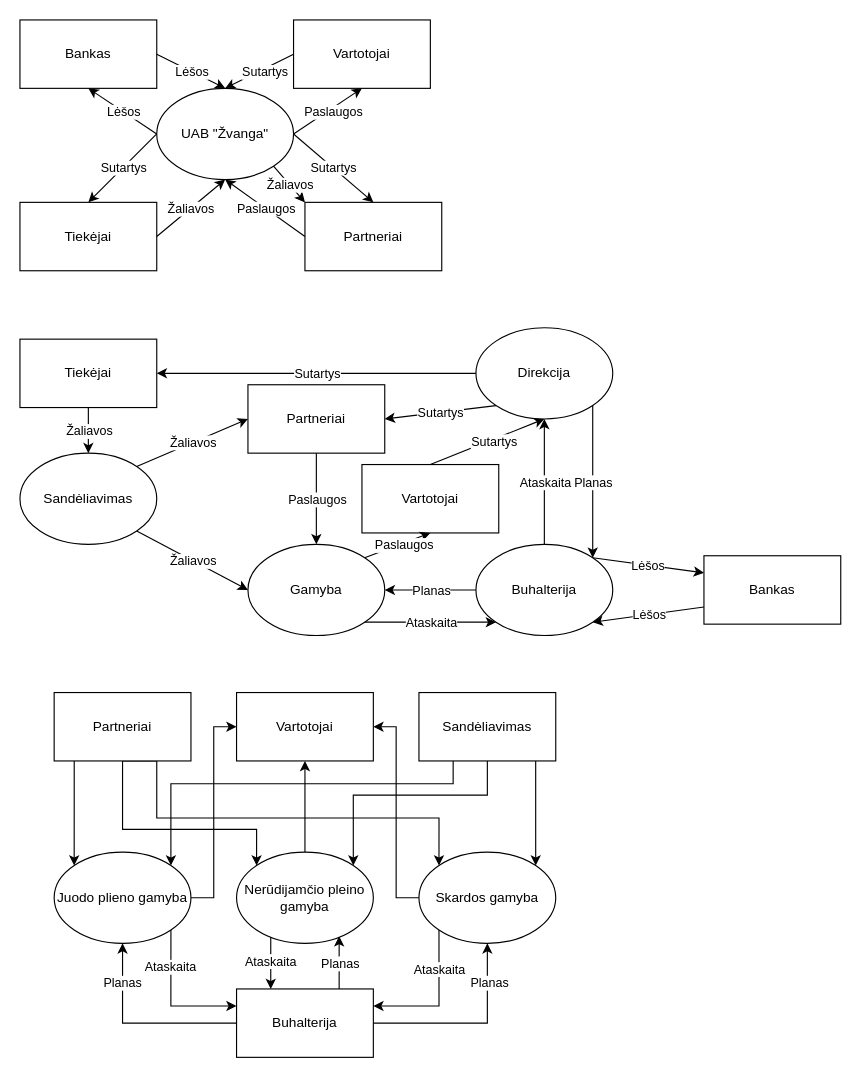
This is page "1" (1 of 4) of Untitled Diagram.drawio from Toska010/Informacijos_Sistemos, a draw.io file, before an edit. Source tidied: cells renumbered, new cells numbered last; positions are measured from the earlier drawing's top-left corner, leaving out a move shared by most shapes. Both pictures are drawn from the tidied source at 114%, with x=0, y=0 at pixel (19, 19).
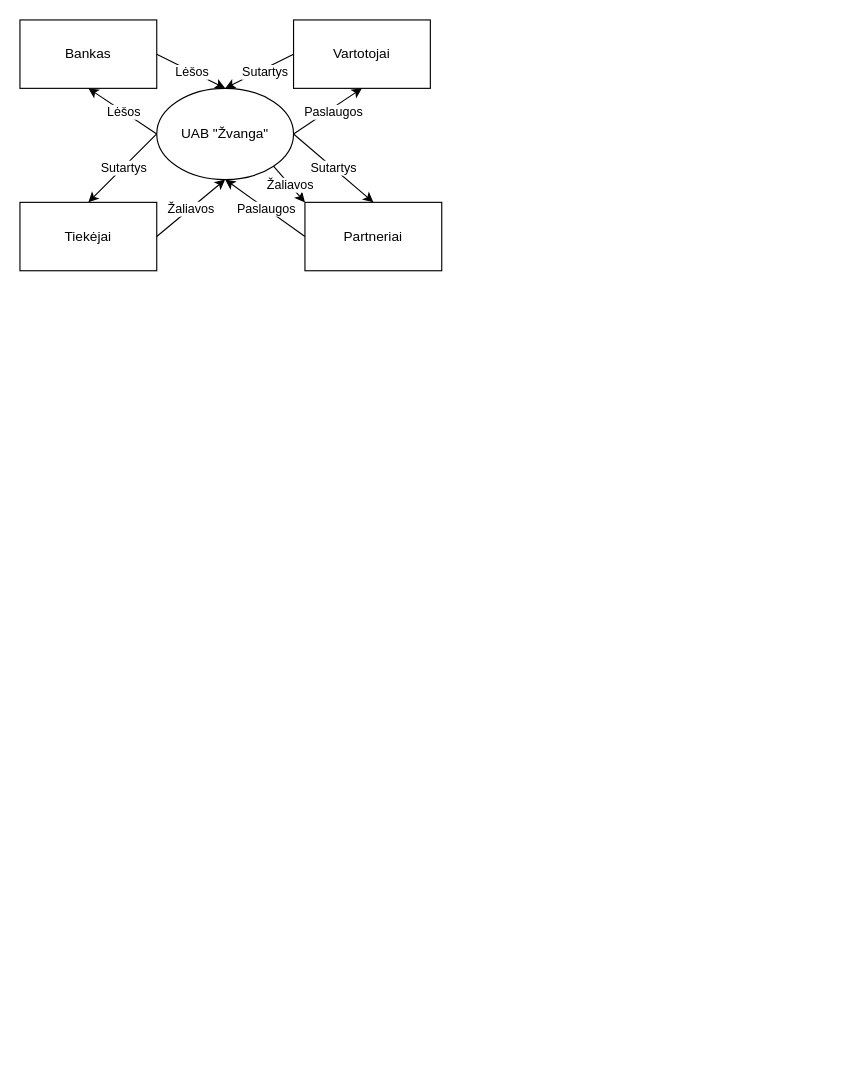
After the change.

What changed in the source:
```diff
@@
-    <mxCell id="23" value="Tiekėjai" style="rounded=0;whiteSpace=wrap;html=1;" parent="1" vertex="1">
-      <mxGeometry y="280" width="120" height="60" as="geometry" />
-    </mxCell>
-    <mxCell id="24" value="Partneriai" style="rounded=0;whiteSpace=wrap;html=1;" parent="1" vertex="1">
-      <mxGeometry x="200" y="320" width="120" height="60" as="geometry" />
-    </mxCell>
-    <mxCell id="25" value="Vartotojai" style="rounded=0;whiteSpace=wrap;html=1;" parent="1" vertex="1">
-      <mxGeometry x="300" y="390" width="120" height="60" as="geometry" />
-    </mxCell>
-    <mxCell id="26" value="Bankas" style="rounded=0;whiteSpace=wrap;html=1;" parent="1" vertex="1">
-      <mxGeometry x="600" y="470" width="120" height="60" as="geometry" />
-    </mxCell>
-    <mxCell id="27" style="endArrow=classic;html=1;rounded=0;entryX=0;entryY=0.25;entryDx=0;entryDy=0;exitX=1;exitY=0;exitDx=0;exitDy=0;" parent="1" edge="1" source="42" target="26">
-      <mxGeometry relative="1" as="geometry" />
-    </mxCell>
-    <mxCell id="28" value="Lėšos" style="edgeLabel;html=1;align=center;verticalAlign=middle;" parent="27" vertex="1">
-      <mxGeometry relative="1" as="geometry" />
-    </mxCell>
-    <mxCell id="29" style="endArrow=classic;html=1;rounded=0;entryX=1;entryY=1;entryDx=0;entryDy=0;exitX=0;exitY=0.75;exitDx=0;exitDy=0;" parent="1" edge="1" source="26" target="42">
-      <mxGeometry relative="1" as="geometry" />
-    </mxCell>
-    <mxCell id="30" value="Lėšos" style="edgeLabel;html=1;align=center;verticalAlign=middle;" parent="29" vertex="1">
-      <mxGeometry relative="1" as="geometry" />
-    </mxCell>
-    <mxCell id="31" style="endArrow=classic;html=1;rounded=0;exitX=1;exitY=0;exitDx=0;exitDy=0;entryX=0.5;entryY=1;entryDx=0;entryDy=0;" parent="1" edge="1" source="44" target="25">
-      <mxGeometry relative="1" as="geometry" />
-    </mxCell>
-    <mxCell id="32" value="Paslaugos" style="edgeLabel;html=1;align=center;verticalAlign=middle;" parent="31" vertex="1">
-      <mxGeometry relative="1" as="geometry">
-        <mxPoint x="5" as="offset" />
-      </mxGeometry>
-    </mxCell>
-    <mxCell id="33" style="endArrow=classic;html=1;rounded=0;exitX=0.5;exitY=0;exitDx=0;exitDy=0;entryX=0.5;entryY=1;entryDx=0;entryDy=0;" parent="1" edge="1" source="25" target="43">
-      <mxGeometry relative="1" as="geometry" />
-    </mxCell>
-    <mxCell id="34" value="Sutartys" style="edgeLabel;html=1;align=center;verticalAlign=middle;" parent="33" vertex="1">
-      <mxGeometry relative="1" as="geometry">
-        <mxPoint x="5" as="offset" />
-      </mxGeometry>
-    </mxCell>
-    <mxCell id="35" style="endArrow=classic;html=1;rounded=0;entryX=1;entryY=0.5;entryDx=0;entryDy=0;exitX=0;exitY=0.5;exitDx=0;exitDy=0;" parent="1" edge="1" source="43" target="23">
-      <mxGeometry relative="1" as="geometry" />
-    </mxCell>
-    <mxCell id="36" value="Sutartys" style="edgeLabel;html=1;align=center;verticalAlign=middle;" parent="35" vertex="1">
-      <mxGeometry relative="1" as="geometry" />
-    </mxCell>
-    <mxCell id="37" style="endArrow=classic;html=1;rounded=0;exitX=0.5;exitY=1;exitDx=0;exitDy=0;entryX=0.5;entryY=0;entryDx=0;entryDy=0;" parent="1" edge="1" source="24" target="44">
-      <mxGeometry relative="1" as="geometry" />
-    </mxCell>
-    <mxCell id="38" value="Paslaugos" style="edgeLabel;html=1;align=center;verticalAlign=middle;" parent="37" vertex="1">
-      <mxGeometry relative="1" as="geometry" />
-    </mxCell>
-    <mxCell id="39" style="endArrow=classic;html=1;rounded=0;entryX=1;entryY=0.5;entryDx=0;entryDy=0;exitX=0;exitY=1;exitDx=0;exitDy=0;" parent="1" edge="1" source="43" target="24">
-      <mxGeometry relative="1" as="geometry" />
-    </mxCell>
-    <mxCell id="40" value="Sutartys" style="edgeLabel;html=1;align=center;verticalAlign=middle;" parent="39" vertex="1">
-      <mxGeometry relative="1" as="geometry" />
-    </mxCell>
-    <mxCell id="41" value="Sandėliavimas" style="ellipse;whiteSpace=wrap;html=1;shapeInside=1;" parent="1" vertex="1">
-      <mxGeometry y="380" width="120" height="80" as="geometry" />
-    </mxCell>
-    <mxCell id="42" value="Buhalterija" style="ellipse;whiteSpace=wrap;html=1;shapeInside=1;" parent="1" vertex="1">
-      <mxGeometry x="400" y="460" width="120" height="80" as="geometry" />
-    </mxCell>
-    <mxCell id="43" value="&lt;div&gt;Direkcija&lt;/div&gt;" style="ellipse;whiteSpace=wrap;html=1;shapeInside=1;" parent="1" vertex="1">
-      <mxGeometry x="400" y="270" width="120" height="80" as="geometry" />
-    </mxCell>
-    <mxCell id="44" value="Gamyba" style="ellipse;whiteSpace=wrap;html=1;shapeInside=1;" parent="1" vertex="1">
-      <mxGeometry x="200" y="460" width="120" height="80" as="geometry" />
-    </mxCell>
-    <mxCell id="45" style="endArrow=classic;html=1;rounded=0;exitX=0.5;exitY=1;exitDx=0;exitDy=0;entryX=0.5;entryY=0;entryDx=0;entryDy=0;" parent="1" edge="1" source="23" target="41">
-      <mxGeometry relative="1" as="geometry" />
-    </mxCell>
-    <mxCell id="46" value="Žaliavos" style="edgeLabel;html=1;align=center;verticalAlign=middle;" parent="45" vertex="1">
-      <mxGeometry relative="1" as="geometry" />
-    </mxCell>
-    <mxCell id="47" style="endArrow=classic;html=1;rounded=0;exitX=1;exitY=1;exitDx=0;exitDy=0;entryX=0;entryY=0.5;entryDx=0;entryDy=0;" parent="1" edge="1" source="41" target="44">
-      <mxGeometry relative="1" as="geometry" />
-    </mxCell>
-    <mxCell id="48" value="Žaliavos" style="edgeLabel;html=1;align=center;verticalAlign=middle;" parent="47" vertex="1">
-      <mxGeometry relative="1" as="geometry" />
-    </mxCell>
@@
-    <mxCell id="51" style="endArrow=classic;html=1;rounded=0;exitX=1;exitY=0;exitDx=0;exitDy=0;entryX=0;entryY=0.5;entryDx=0;entryDy=0;" parent="1" edge="1" source="41" target="24">
-      <mxGeometry relative="1" as="geometry" />
-    </mxCell>
-    <mxCell id="52" value="Žaliavos" style="edgeLabel;html=1;align=center;verticalAlign=middle;" parent="51" vertex="1">
-      <mxGeometry relative="1" as="geometry" />
-    </mxCell>
-    <mxCell id="53" style="endArrow=classic;html=1;rounded=0;exitX=1;exitY=1;exitDx=0;exitDy=0;entryX=1;entryY=0;entryDx=0;entryDy=0;" parent="1" edge="1" source="43" target="42">
-      <mxGeometry relative="1" as="geometry" />
-    </mxCell>
-    <mxCell id="54" value="Planas" style="edgeLabel;html=1;align=center;verticalAlign=middle;" parent="53" vertex="1">
-      <mxGeometry relative="1" as="geometry" />
-    </mxCell>
-    <mxCell id="55" style="endArrow=classic;html=1;rounded=0;entryX=0.5;entryY=1;entryDx=0;entryDy=0;exitX=0.5;exitY=0;exitDx=0;exitDy=0;" parent="1" edge="1" source="42" target="43">
-      <mxGeometry relative="1" as="geometry" />
-    </mxCell>
-    <mxCell id="56" value="Ataskaita" style="edgeLabel;html=1;align=center;verticalAlign=middle;" parent="55" vertex="1">
-      <mxGeometry relative="1" as="geometry" />
-    </mxCell>
-    <mxCell id="57" style="endArrow=classic;html=1;rounded=0;exitX=0;exitY=0.5;exitDx=0;exitDy=0;entryX=1;entryY=0.5;entryDx=0;entryDy=0;" parent="1" edge="1" source="42" target="44">
-      <mxGeometry relative="1" as="geometry" />
-    </mxCell>
-    <mxCell id="58" value="Planas" style="edgeLabel;html=1;align=center;verticalAlign=middle;" parent="57" vertex="1">
-      <mxGeometry relative="1" as="geometry" />
-    </mxCell>
-    <mxCell id="59" style="endArrow=classic;html=1;rounded=0;entryX=0;entryY=1;entryDx=0;entryDy=0;exitX=1;exitY=1;exitDx=0;exitDy=0;" parent="1" edge="1" source="44" target="42">
-      <mxGeometry relative="1" as="geometry" />
-    </mxCell>
-    <mxCell id="60" value="Ataskaita" style="edgeLabel;html=1;align=center;verticalAlign=middle;" parent="59" vertex="1">
-      <mxGeometry relative="1" as="geometry" />
-    </mxCell>
-    <mxCell id="61" value="Vartotojai" style="rounded=0;whiteSpace=wrap;html=1;" parent="1" vertex="1">
-      <mxGeometry x="190" y="590" width="120" height="60" as="geometry" />
-    </mxCell>
-    <mxCell id="62" style="edgeStyle=orthogonalEdgeStyle;rounded=0;jettySize=auto;html=1;entryX=1;entryY=0;entryDx=0;entryDy=0;exitX=0.25;exitY=1;exitDx=0;exitDy=0;" parent="1" edge="1" source="65" target="84">
-      <mxGeometry relative="1" as="geometry">
-        <Array as="points">
-          <mxPoint x="380" y="670" />
-          <mxPoint x="132.4" y="670" />
-        </Array>
-      </mxGeometry>
-    </mxCell>
-    <mxCell id="63" style="edgeStyle=orthogonalEdgeStyle;rounded=0;jettySize=auto;html=1;entryX=1;entryY=0;entryDx=0;entryDy=0;" parent="1" edge="1" source="65" target="80">
-      <mxGeometry relative="1" as="geometry">
-        <Array as="points">
-          <mxPoint x="410" y="680" />
-          <mxPoint x="292.4" y="680" />
-        </Array>
-      </mxGeometry>
-    </mxCell>
-    <mxCell id="64" style="edgeStyle=orthogonalEdgeStyle;rounded=0;jettySize=auto;html=1;entryX=1;entryY=0;entryDx=0;entryDy=0;" parent="1" edge="1" source="65" target="76">
-      <mxGeometry relative="1" as="geometry">
-        <Array as="points">
-          <mxPoint x="452.4" y="710" />
-          <mxPoint x="452.4" y="710" />
-        </Array>
-      </mxGeometry>
-    </mxCell>
-    <mxCell id="65" value="Sandėliavimas" style="rounded=0;whiteSpace=wrap;html=1;" parent="1" vertex="1">
-      <mxGeometry x="350" y="590" width="120" height="60" as="geometry" />
-    </mxCell>
-    <mxCell id="66" style="edgeStyle=orthogonalEdgeStyle;rounded=0;jettySize=auto;html=1;entryX=0.75;entryY=0.922;entryDx=0;entryDy=0;exitX=0.75;exitY=0;exitDx=0;exitDy=0;entryPerimeter=0;" parent="1" edge="1" source="72" target="80">
-      <mxGeometry relative="1" as="geometry" />
-    </mxCell>
-    <mxCell id="67" value="Planas" style="edgeLabel;html=1;align=center;verticalAlign=middle;" parent="66" vertex="1">
-      <mxGeometry x="-0.01" relative="1" as="geometry" />
-    </mxCell>
-    <mxCell id="68" style="edgeStyle=orthogonalEdgeStyle;rounded=0;jettySize=auto;html=1;entryX=0.5;entryY=1;entryDx=0;entryDy=0;" parent="1" edge="1" source="72" target="76">
-      <mxGeometry relative="1" as="geometry" />
-    </mxCell>
-    <mxCell id="69" value="Planas" style="edgeLabel;html=1;align=center;verticalAlign=middle;" parent="68" vertex="1">
-      <mxGeometry x="0.6" y="-1" relative="1" as="geometry" />
-    </mxCell>
-    <mxCell id="70" style="edgeStyle=orthogonalEdgeStyle;rounded=0;jettySize=auto;html=1;entryX=0.5;entryY=1;entryDx=0;entryDy=0;" parent="1" edge="1" source="72" target="84">
-      <mxGeometry relative="1" as="geometry" />
-    </mxCell>
-    <mxCell id="71" value="Planas" style="edgeLabel;html=1;align=center;verticalAlign=middle;" parent="70" vertex="1">
-      <mxGeometry x="0.6" y="1" relative="1" as="geometry" />
-    </mxCell>
-    <mxCell id="72" value="Buhalterija" style="rounded=0;whiteSpace=wrap;html=1;" parent="1" vertex="1">
-      <mxGeometry x="190" y="850" width="120" height="60" as="geometry" />
-    </mxCell>
-    <mxCell id="73" style="edgeStyle=orthogonalEdgeStyle;rounded=0;jettySize=auto;html=1;exitX=0;exitY=1;exitDx=0;exitDy=0;entryX=1;entryY=0.25;entryDx=0;entryDy=0;" parent="1" edge="1" source="76" target="72">
-      <mxGeometry relative="1" as="geometry">
-        <Array as="points">
-          <mxPoint x="367.6" y="865" />
-        </Array>
-      </mxGeometry>
-    </mxCell>
-    <mxCell id="74" value="Ataskaita" style="edgeLabel;html=1;align=center;verticalAlign=middle;" parent="73" vertex="1">
-      <mxGeometry x="-0.46" relative="1" as="geometry" />
-    </mxCell>
-    <mxCell id="75" style="edgeStyle=orthogonalEdgeStyle;rounded=0;jettySize=auto;html=1;exitX=0;exitY=0.5;exitDx=0;exitDy=0;entryX=1;entryY=0.5;entryDx=0;entryDy=0;" parent="1" edge="1" source="76" target="61">
-      <mxGeometry relative="1" as="geometry" />
-    </mxCell>
-    <mxCell id="76" value="Skardos gamyba" style="ellipse;whiteSpace=wrap;html=1;shapeInside=1;" parent="1" vertex="1">
-      <mxGeometry x="350" y="730" width="120" height="80" as="geometry" />
-    </mxCell>
-    <mxCell id="77" style="edgeStyle=orthogonalEdgeStyle;rounded=0;jettySize=auto;html=1;exitX=0.25;exitY=0.922;exitDx=0;exitDy=0;entryX=0.25;entryY=0;entryDx=0;entryDy=0;exitPerimeter=0;" parent="1" edge="1" source="80" target="72">
-      <mxGeometry relative="1" as="geometry" />
-    </mxCell>
-    <mxCell id="78" value="Ataskaita" style="edgeLabel;html=1;align=center;verticalAlign=middle;" parent="77" vertex="1">
-      <mxGeometry x="-0.05" y="-1" relative="1" as="geometry" />
-    </mxCell>
-    <mxCell id="79" style="edgeStyle=orthogonalEdgeStyle;rounded=0;jettySize=auto;html=1;entryX=0.5;entryY=1;entryDx=0;entryDy=0;" parent="1" edge="1" source="80" target="61">
-      <mxGeometry relative="1" as="geometry" />
-    </mxCell>
-    <mxCell id="80" value="Nerūdijamčio pleino gamyba" style="ellipse;whiteSpace=wrap;html=1;shapeInside=1;" parent="1" vertex="1">
-      <mxGeometry x="190" y="730" width="120" height="80" as="geometry" />
-    </mxCell>
-    <mxCell id="81" style="edgeStyle=orthogonalEdgeStyle;rounded=0;jettySize=auto;html=1;exitX=1;exitY=1;exitDx=0;exitDy=0;entryX=0;entryY=0.25;entryDx=0;entryDy=0;" parent="1" edge="1" source="84" target="72">
-      <mxGeometry relative="1" as="geometry">
-        <Array as="points">
-          <mxPoint x="132.4" y="865" />
-        </Array>
-      </mxGeometry>
-    </mxCell>
-    <mxCell id="82" value="Ataskaita" style="edgeLabel;html=1;align=center;verticalAlign=middle;" parent="81" vertex="1">
-      <mxGeometry x="-0.48" y="-1" relative="1" as="geometry" />
-    </mxCell>
-    <mxCell id="83" style="edgeStyle=orthogonalEdgeStyle;rounded=0;jettySize=auto;html=1;entryX=0;entryY=0.5;entryDx=0;entryDy=0;" parent="1" edge="1" source="84" target="61">
-      <mxGeometry relative="1" as="geometry" />
-    </mxCell>
-    <mxCell id="84" value="Juodo plieno gamyba" style="ellipse;whiteSpace=wrap;html=1;shapeInside=1;" parent="1" vertex="1">
-      <mxGeometry x="30" y="730" width="120" height="80" as="geometry" />
-    </mxCell>
-    <mxCell id="85" style="edgeStyle=orthogonalEdgeStyle;rounded=0;jettySize=auto;html=1;entryX=0;entryY=0;entryDx=0;entryDy=0;" parent="1" edge="1" source="88" target="84">
-      <mxGeometry relative="1" as="geometry">
-        <Array as="points">
-          <mxPoint x="47.6" y="670" />
-          <mxPoint x="47.6" y="670" />
-        </Array>
-      </mxGeometry>
-    </mxCell>
-    <mxCell id="86" style="edgeStyle=orthogonalEdgeStyle;rounded=0;jettySize=auto;html=1;exitX=0.75;exitY=1;exitDx=0;exitDy=0;entryX=0;entryY=0;entryDx=0;entryDy=0;" parent="1" edge="1" source="88" target="80">
-      <mxGeometry relative="1" as="geometry">
-        <Array as="points">
-          <mxPoint x="90" y="650" />
-          <mxPoint x="90" y="710" />
-          <mxPoint x="207.6" y="710" />
-        </Array>
-      </mxGeometry>
-    </mxCell>
-    <mxCell id="87" style="edgeStyle=orthogonalEdgeStyle;rounded=0;jettySize=auto;html=1;exitX=0.75;exitY=1;exitDx=0;exitDy=0;entryX=0;entryY=0;entryDx=0;entryDy=0;" parent="1" edge="1" source="88" target="76">
-      <mxGeometry relative="1" as="geometry">
-        <Array as="points">
-          <mxPoint x="120" y="700" />
-          <mxPoint x="367.6" y="700" />
-        </Array>
-      </mxGeometry>
-    </mxCell>
-    <mxCell id="88" value="Partneriai" style="rounded=0;whiteSpace=wrap;html=1;" parent="1" vertex="1">
-      <mxGeometry x="30" y="590" width="120" height="60" as="geometry" />
-    </mxCell>
```
